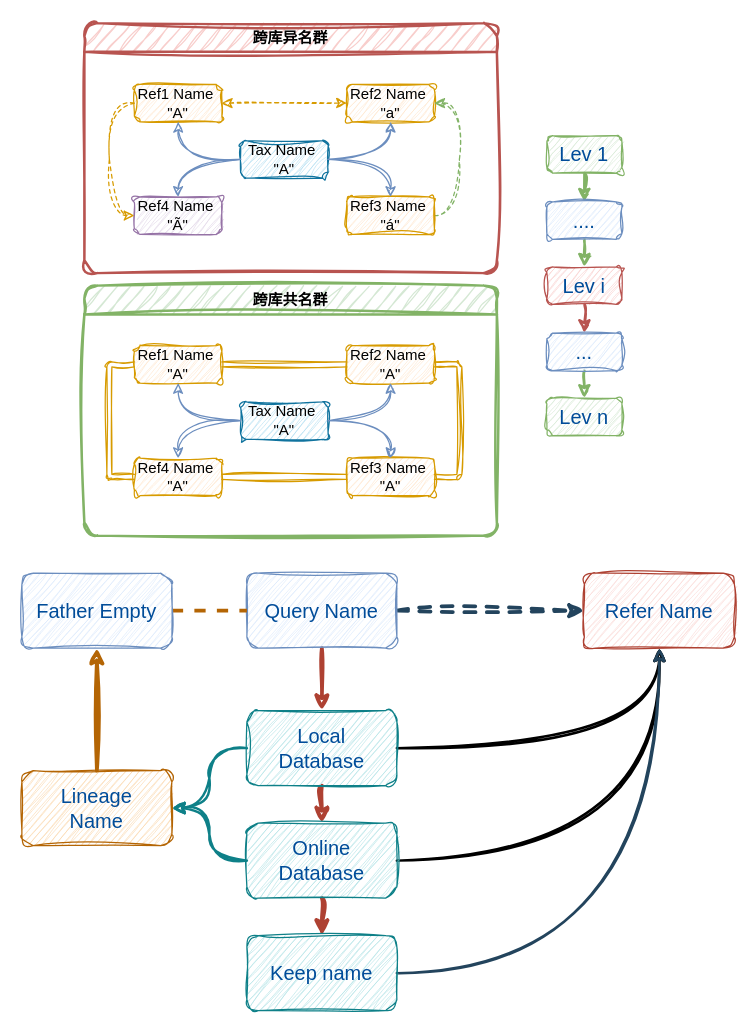
This is page "第 3 页" (3 of 3) of main_pepline.drawio from kawabata-tomoko/16s_taxonomy_pep, a draw.io file, before an edit. Source tidied: cells renumbered, new cells numbered last; positions are measured from the earlier drawing's top-left corner, leaving out a move shared by most shapes. Both pictures are drawn from the tidied source at 125%, with x=0, y=0 at pixel (21, 22).
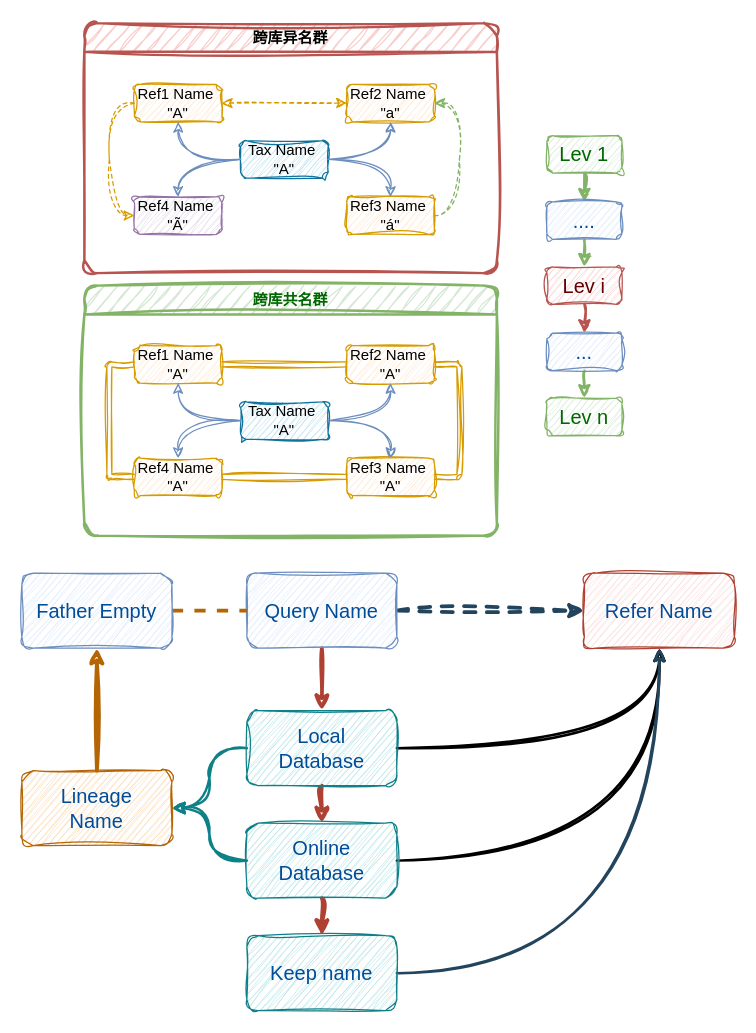
The same diagram, later.

Change to the diagram source:
```diff
@@
-    <mxCell id="21" value="&lt;font color=&quot;#004c99&quot; style=&quot;font-size: 16px;&quot;&gt;Lev 1&lt;/font&gt;" style="rounded=1;whiteSpace=wrap;html=1;sketch=1;curveFitting=1;jiggle=2;fillColor=#d5e8d4;strokeColor=#82b366;" parent="1" vertex="1">
+    <mxCell id="21" value="&lt;font style=&quot;font-size: 16px;&quot;&gt;Lev 1&lt;/font&gt;" style="rounded=1;whiteSpace=wrap;html=1;sketch=1;curveFitting=1;jiggle=2;fillColor=#d5e8d4;strokeColor=#82b366;fontColor=#006600;" parent="1" vertex="1">
       <mxGeometry x="420" y="90" width="60" height="30" as="geometry" />
     </mxCell>
@@
-    <mxCell id="25" value="&lt;font color=&quot;#004c99&quot; style=&quot;font-size: 16px;&quot;&gt;Lev i&lt;/font&gt;" style="rounded=1;whiteSpace=wrap;html=1;sketch=1;curveFitting=1;jiggle=2;fillColor=#f8cecc;strokeColor=#b85450;" parent="1" vertex="1">
+    <mxCell id="25" value="&lt;font style=&quot;font-size: 16px;&quot;&gt;Lev i&lt;/font&gt;" style="rounded=1;whiteSpace=wrap;html=1;sketch=1;curveFitting=1;jiggle=2;fillColor=#f8cecc;strokeColor=#b85450;fontColor=#660000;" parent="1" vertex="1">
       <mxGeometry x="420" y="195" width="60" height="30" as="geometry" />
     </mxCell>
@@
-    <mxCell id="28" value="&lt;font color=&quot;#004c99&quot; style=&quot;font-size: 16px;&quot;&gt;Lev n&lt;/font&gt;" style="rounded=1;whiteSpace=wrap;html=1;sketch=1;curveFitting=1;jiggle=2;fillColor=#d5e8d4;strokeColor=#82b366;" parent="1" vertex="1">
+    <mxCell id="28" value="&lt;font style=&quot;font-size: 16px;&quot;&gt;Lev n&lt;/font&gt;" style="rounded=1;whiteSpace=wrap;html=1;sketch=1;curveFitting=1;jiggle=2;fillColor=#d5e8d4;strokeColor=#82b366;fontColor=#006600;" parent="1" vertex="1">
       <mxGeometry x="420" y="300" width="60" height="30" as="geometry" />
     </mxCell>
@@
-    <mxCell id="43" value="跨库共名群" style="swimlane;whiteSpace=wrap;html=1;fillColor=#d5e8d4;strokeColor=#82b366;sketch=1;curveFitting=1;jiggle=2;rounded=1;strokeWidth=2;" parent="1" vertex="1">
+    <mxCell id="43" value="跨库共名群" style="swimlane;whiteSpace=wrap;html=1;fillColor=#d5e8d4;strokeColor=#82b366;sketch=1;curveFitting=1;jiggle=2;rounded=1;strokeWidth=2;fontColor=#006600;" parent="1" vertex="1">
       <mxGeometry x="50" y="210" width="330" height="200" as="geometry" />
     </mxCell>
```
